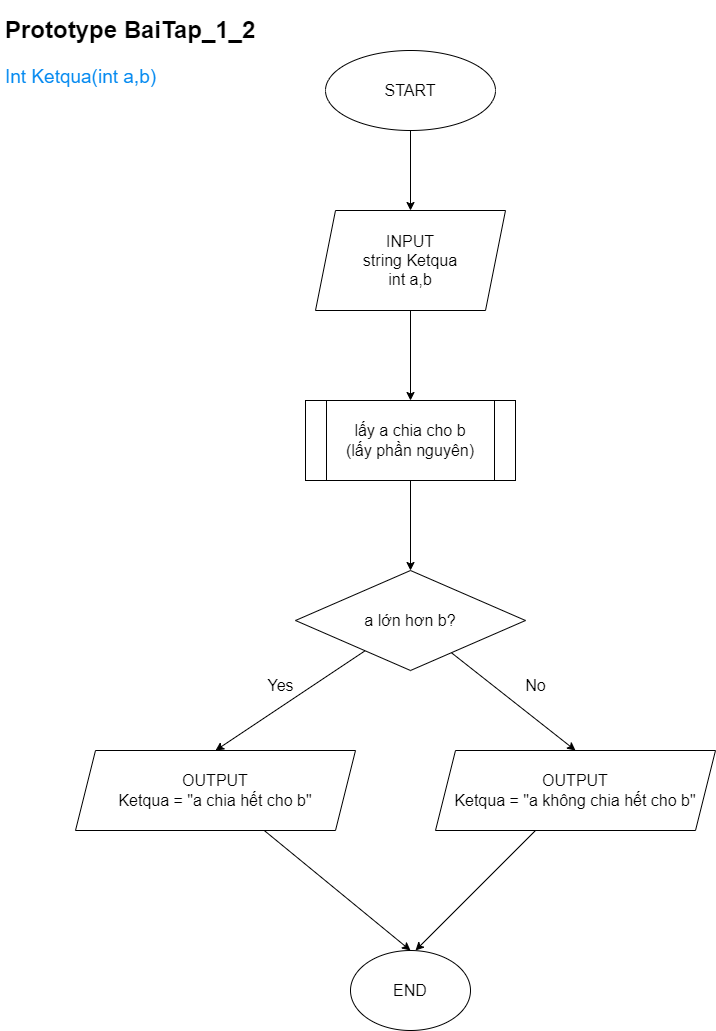
Earlier version of the draw.io export Lab_2/Bai_1/FlowBai_1_2.drawio.png (MinkWungNe/NLNNLT). Source tidied: cells renumbered, new cells last; positions are measured from the earlier drawing's top-left corner, leaving out a move shared by most shapes.
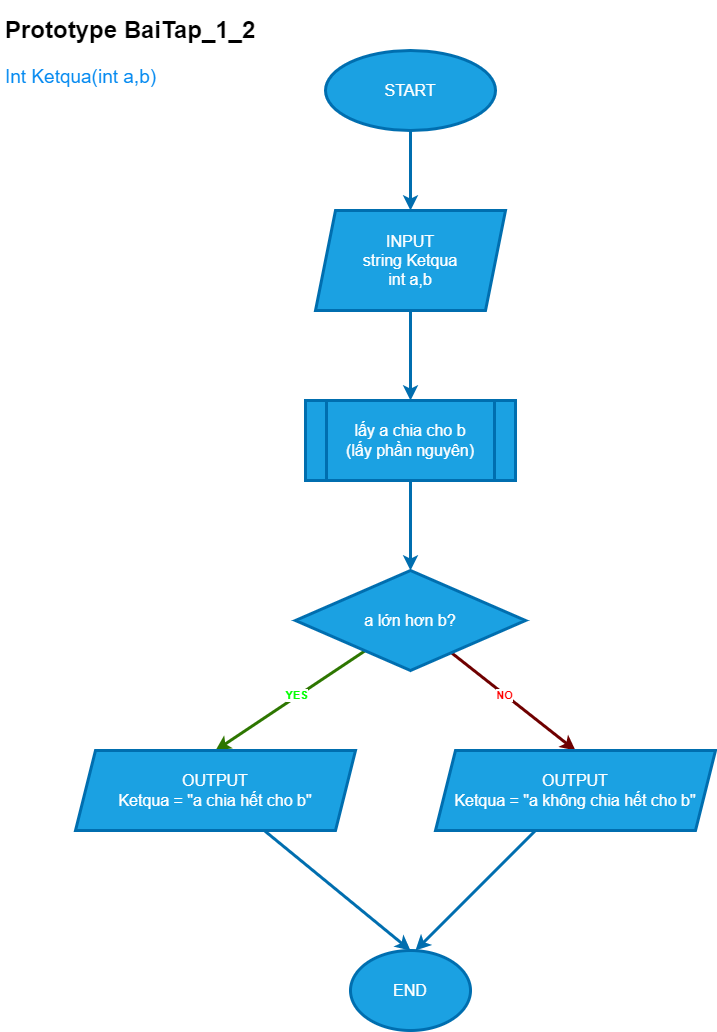
After the commit.

Commit message:
Enhance flowchart readability with color highlights

Diff of the diagram source:
```diff
@@ -2,58 +2,62 @@
   <root>
     <mxCell id="0" />
     <mxCell id="1" parent="0" />
-    <mxCell id="2" style="edgeStyle=none;html=1;entryX=0.5;entryY=0;entryDx=0;entryDy=0;fontSize=16;" parent="1" edge="1" source="3" target="6">
+    <mxCell id="2" style="edgeStyle=none;html=1;entryX=0.5;entryY=0;entryDx=0;entryDy=0;fontSize=16;fillColor=#1ba1e2;strokeColor=#006EAF;strokeWidth=3;" parent="1" edge="1" source="3" target="6">
       <mxGeometry relative="1" as="geometry" />
     </mxCell>
-    <mxCell id="3" value="START" style="ellipse;whiteSpace=wrap;html=1;fontSize=16;" parent="1" vertex="1">
+    <mxCell id="3" value="START" style="ellipse;whiteSpace=wrap;html=1;fontSize=16;fillColor=#1ba1e2;fontColor=#ffffff;strokeColor=#006EAF;strokeWidth=3;" parent="1" vertex="1">
       <mxGeometry x="325" y="40" width="170" height="80" as="geometry" />
     </mxCell>
     <mxCell id="4" value="&lt;h1&gt;&lt;span style=&quot;background-color: initial;&quot;&gt;Prototype BaiTap_1_2&lt;/span&gt;&lt;/h1&gt;&lt;h1&gt;&lt;span style=&quot;font-weight: 400;&quot;&gt;&lt;font color=&quot;#058af0&quot; style=&quot;font-size: 19px;&quot;&gt;Int Ketqua(int a,b)&lt;/font&gt;&lt;/span&gt;&lt;/h1&gt;" style="text;html=1;strokeColor=none;fillColor=none;spacing=5;spacingTop=-20;whiteSpace=wrap;overflow=hidden;rounded=0;" parent="1" vertex="1">
       <mxGeometry width="290" height="90" as="geometry" />
     </mxCell>
-    <mxCell id="5" style="edgeStyle=none;html=1;entryX=0.5;entryY=0;entryDx=0;entryDy=0;fontSize=16;" parent="1" edge="1" source="6" target="8">
+    <mxCell id="5" style="edgeStyle=none;html=1;entryX=0.5;entryY=0;entryDx=0;entryDy=0;fontSize=16;fillColor=#1ba1e2;strokeColor=#006EAF;strokeWidth=3;" parent="1" edge="1" source="6" target="8">
       <mxGeometry relative="1" as="geometry" />
     </mxCell>
-    <mxCell id="6" value="INPUT&lt;br&gt;string Ketqua&lt;br&gt;int a,b" style="shape=parallelogram;perimeter=parallelogramPerimeter;whiteSpace=wrap;html=1;fixedSize=1;fontSize=16;" parent="1" vertex="1">
+    <mxCell id="6" value="INPUT&lt;br&gt;string Ketqua&lt;br&gt;int a,b" style="shape=parallelogram;perimeter=parallelogramPerimeter;whiteSpace=wrap;html=1;fixedSize=1;fontSize=16;fillColor=#1ba1e2;fontColor=#ffffff;strokeColor=#006EAF;strokeWidth=3;" parent="1" vertex="1">
       <mxGeometry x="315" y="200" width="190" height="100" as="geometry" />
     </mxCell>
-    <mxCell id="7" style="edgeStyle=none;html=1;entryX=0.5;entryY=0;entryDx=0;entryDy=0;fontSize=16;" parent="1" edge="1" source="8" target="11">
+    <mxCell id="7" style="edgeStyle=none;html=1;entryX=0.5;entryY=0;entryDx=0;entryDy=0;fontSize=16;fillColor=#1ba1e2;strokeColor=#006EAF;strokeWidth=3;" parent="1" edge="1" source="8" target="11">
       <mxGeometry relative="1" as="geometry" />
     </mxCell>
-    <mxCell id="8" value="lấy a chia cho b&lt;br&gt;(lấy phần nguyên)" style="shape=process;whiteSpace=wrap;html=1;backgroundOutline=1;fontSize=16;" parent="1" vertex="1">
+    <mxCell id="8" value="lấy a chia cho b&lt;br&gt;(lấy phần nguyên)" style="shape=process;whiteSpace=wrap;html=1;backgroundOutline=1;fontSize=16;fillColor=#1ba1e2;fontColor=#ffffff;strokeColor=#006EAF;strokeWidth=3;" parent="1" vertex="1">
       <mxGeometry x="305" y="390" width="210" height="80" as="geometry" />
     </mxCell>
-    <mxCell id="9" style="edgeStyle=none;html=1;entryX=0.5;entryY=0;entryDx=0;entryDy=0;fontSize=16;" parent="1" edge="1" source="11" target="13">
+    <mxCell id="9" style="edgeStyle=none;html=1;entryX=0.5;entryY=0;entryDx=0;entryDy=0;fontSize=16;fillColor=#60a917;strokeColor=#2D7600;strokeWidth=3;" parent="1" edge="1" source="11" target="13">
       <mxGeometry relative="1" as="geometry" />
     </mxCell>
+    <mxCell id="18" value="YES" style="edgeLabel;html=1;align=center;verticalAlign=middle;fontStyle=1;fontColor=#00FF00;" parent="9" vertex="1">
+      <mxGeometry x="-0.15" y="2" relative="1" as="geometry">
+        <mxPoint x="-7" as="offset" />
+      </mxGeometry>
+    </mxCell>
-    <mxCell id="10" style="edgeStyle=none;html=1;entryX=0.5;entryY=0;entryDx=0;entryDy=0;fontSize=16;" parent="1" edge="1" source="11" target="15">
+    <mxCell id="10" style="edgeStyle=none;html=1;entryX=0.5;entryY=0;entryDx=0;entryDy=0;fontSize=16;fillColor=#a20025;strokeColor=#6F0000;strokeWidth=3;" parent="1" edge="1" source="11" target="15">
       <mxGeometry relative="1" as="geometry" />
     </mxCell>
+    <mxCell id="19" value="NO" style="edgeLabel;html=1;align=center;verticalAlign=middle;fontColor=#FF0000;fontStyle=1;" parent="10" vertex="1">
+      <mxGeometry x="-0.27" y="-2" relative="1" as="geometry">
+        <mxPoint x="9" y="5" as="offset" />
+      </mxGeometry>
+    </mxCell>
-    <mxCell id="11" value="a lớn hơn b?" style="rhombus;whiteSpace=wrap;html=1;fontSize=16;" parent="1" vertex="1">
+    <mxCell id="11" value="a lớn hơn b?" style="rhombus;whiteSpace=wrap;html=1;fontSize=16;fillColor=#1ba1e2;fontColor=#ffffff;strokeColor=#006EAF;strokeWidth=3;" parent="1" vertex="1">
       <mxGeometry x="295" y="560" width="230" height="100" as="geometry" />
     </mxCell>
-    <mxCell id="12" style="edgeStyle=none;html=1;entryX=0.5;entryY=0;entryDx=0;entryDy=0;fontSize=16;" parent="1" edge="1" source="13" target="16">
+    <mxCell id="12" style="edgeStyle=none;html=1;entryX=0.5;entryY=0;entryDx=0;entryDy=0;fontSize=16;fillColor=#1ba1e2;strokeColor=#006EAF;strokeWidth=3;" parent="1" edge="1" source="13" target="16">
       <mxGeometry relative="1" as="geometry" />
     </mxCell>
-    <mxCell id="13" value="OUTPUT&lt;br&gt;Ketqua = &quot;a chia hết cho b&quot;" style="shape=parallelogram;perimeter=parallelogramPerimeter;whiteSpace=wrap;html=1;fixedSize=1;fontSize=16;" parent="1" vertex="1">
+    <mxCell id="13" value="OUTPUT&lt;br&gt;Ketqua = &quot;a chia hết cho b&quot;" style="shape=parallelogram;perimeter=parallelogramPerimeter;whiteSpace=wrap;html=1;fixedSize=1;fontSize=16;fillColor=#1ba1e2;fontColor=#ffffff;strokeColor=#006EAF;strokeWidth=3;" parent="1" vertex="1">
       <mxGeometry x="75" y="740" width="280" height="80" as="geometry" />
     </mxCell>
-    <mxCell id="14" style="edgeStyle=none;html=1;fontSize=16;" parent="1" edge="1" source="15">
+    <mxCell id="14" style="edgeStyle=none;html=1;fontSize=16;fillColor=#1ba1e2;strokeColor=#006EAF;strokeWidth=3;" parent="1" edge="1" source="15">
       <mxGeometry relative="1" as="geometry">
         <mxPoint x="415" y="940" as="targetPoint" />
       </mxGeometry>
     </mxCell>
-    <mxCell id="15" value="OUTPUT&lt;br&gt;Ketqua = &quot;a không chia hết cho b&quot;" style="shape=parallelogram;perimeter=parallelogramPerimeter;whiteSpace=wrap;html=1;fixedSize=1;fontSize=16;" parent="1" vertex="1">
+    <mxCell id="15" value="OUTPUT&lt;br&gt;Ketqua = &quot;a không chia hết cho b&quot;" style="shape=parallelogram;perimeter=parallelogramPerimeter;whiteSpace=wrap;html=1;fixedSize=1;fontSize=16;fillColor=#1ba1e2;fontColor=#ffffff;strokeColor=#006EAF;strokeWidth=3;" parent="1" vertex="1">
       <mxGeometry x="435" y="740" width="280" height="80" as="geometry" />
     </mxCell>
-    <mxCell id="16" value="END" style="ellipse;whiteSpace=wrap;html=1;fontSize=16;" parent="1" vertex="1">
+    <mxCell id="16" value="END" style="ellipse;whiteSpace=wrap;html=1;fontSize=16;fillColor=#1ba1e2;fontColor=#ffffff;strokeColor=#006EAF;strokeWidth=3;" parent="1" vertex="1">
       <mxGeometry x="350" y="940" width="120" height="80" as="geometry" />
     </mxCell>
-    <mxCell id="17" value="Yes" style="text;html=1;align=center;verticalAlign=middle;strokeColor=none;fillColor=none;fontSize=16;" parent="1" vertex="1">
-      <mxGeometry x="255" y="660" width="50" height="30" as="geometry" />
-    </mxCell>
-    <mxCell id="18" value="No" style="text;html=1;align=center;verticalAlign=middle;strokeColor=none;fillColor=none;fontSize=16;" parent="1" vertex="1">
-      <mxGeometry x="515" y="660" width="40" height="30" as="geometry" />
-    </mxCell>
   </root>
 </mxGraphModel>
```
